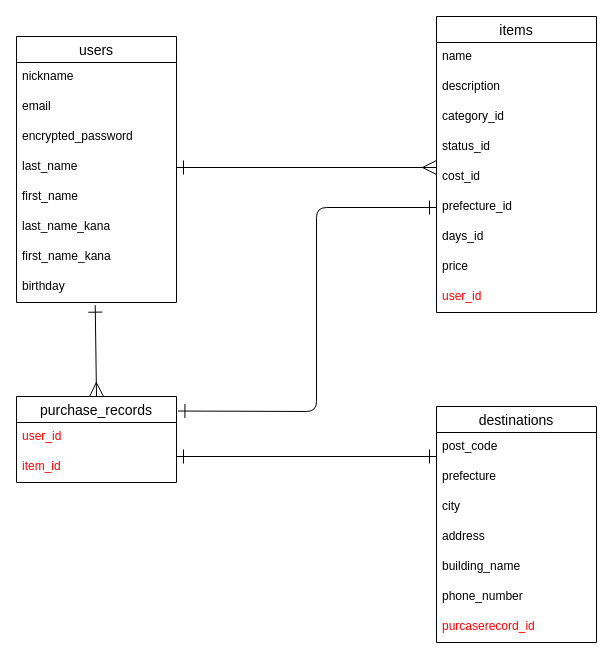
Earlier version of the draw.io diagram er_image.dio (mizupi/furima-37438). Source tidied: cells renumbered, new cells numbered last; positions are measured from the earlier drawing's top-left corner, leaving out a move shared by most shapes. Both pictures are drawn from the tidied source at 100%, with x=0, y=0 at pixel (16, 16).
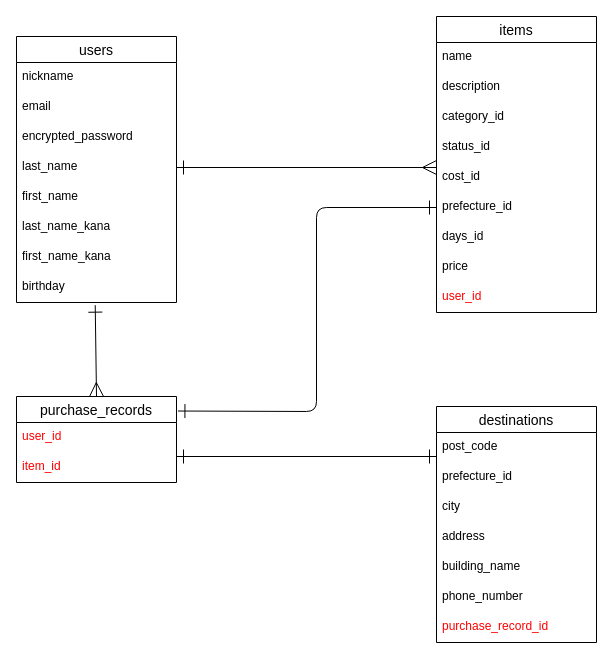
Above is the later version.

Commit message (it also covers changes not shown here):
READMEとER図の修正

The change refers to these unchanged cells:
```xml
<mxCell id="24" value="destinations" style="swimlane;fontStyle=0;horizontal=1;startSize=26;align=center;fontSize=14;fontColor=default;" parent="1" vertex="1">
  <mxGeometry x="420" y="390" width="160" height="236" as="geometry" />
</mxCell>
```

Diff of the diagram source:
```diff
@@
-    <mxCell id="26" value="prefecture" style="text;strokeColor=none;fillColor=none;spacingLeft=4;spacingRight=4;overflow=hidden;fontSize=12;fontColor=default;" parent="24" vertex="1">
+    <mxCell id="26" value="prefecture_id" style="text;strokeColor=none;fillColor=none;spacingLeft=4;spacingRight=4;overflow=hidden;fontSize=12;fontColor=default;" parent="24" vertex="1">
       <mxGeometry y="56" width="160" height="30" as="geometry" />
     </mxCell>
@@
-    <mxCell id="31" value="purcaserecord_id" style="text;strokeColor=none;fillColor=none;spacingLeft=4;spacingRight=4;overflow=hidden;fontSize=12;fontColor=#FF0000;" parent="24" vertex="1">
+    <mxCell id="31" value="purchase_record_id" style="text;strokeColor=none;fillColor=none;spacingLeft=4;spacingRight=4;overflow=hidden;fontSize=12;fontColor=#FF0000;" parent="24" vertex="1">
       <mxGeometry y="206" width="160" height="30" as="geometry" />
     </mxCell>
```
